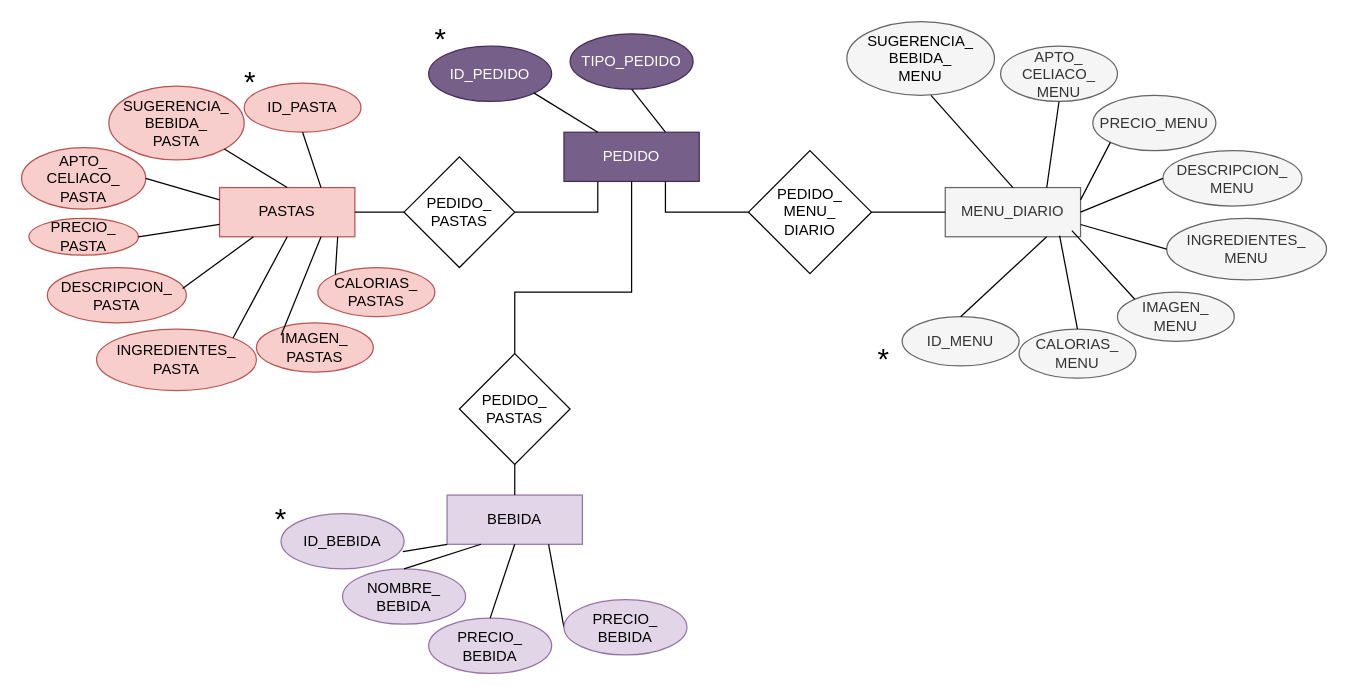
Above: parcial.drawio in hachazo/db-Tp1 (draw.io), before the change. Source tidied: cells renumbered, new cells numbered last; positions are measured from the earlier drawing's top-left corner, leaving out a move shared by most shapes. Both pictures are drawn from the tidied source at 123%, with x=0, y=0 at pixel (21, 21).
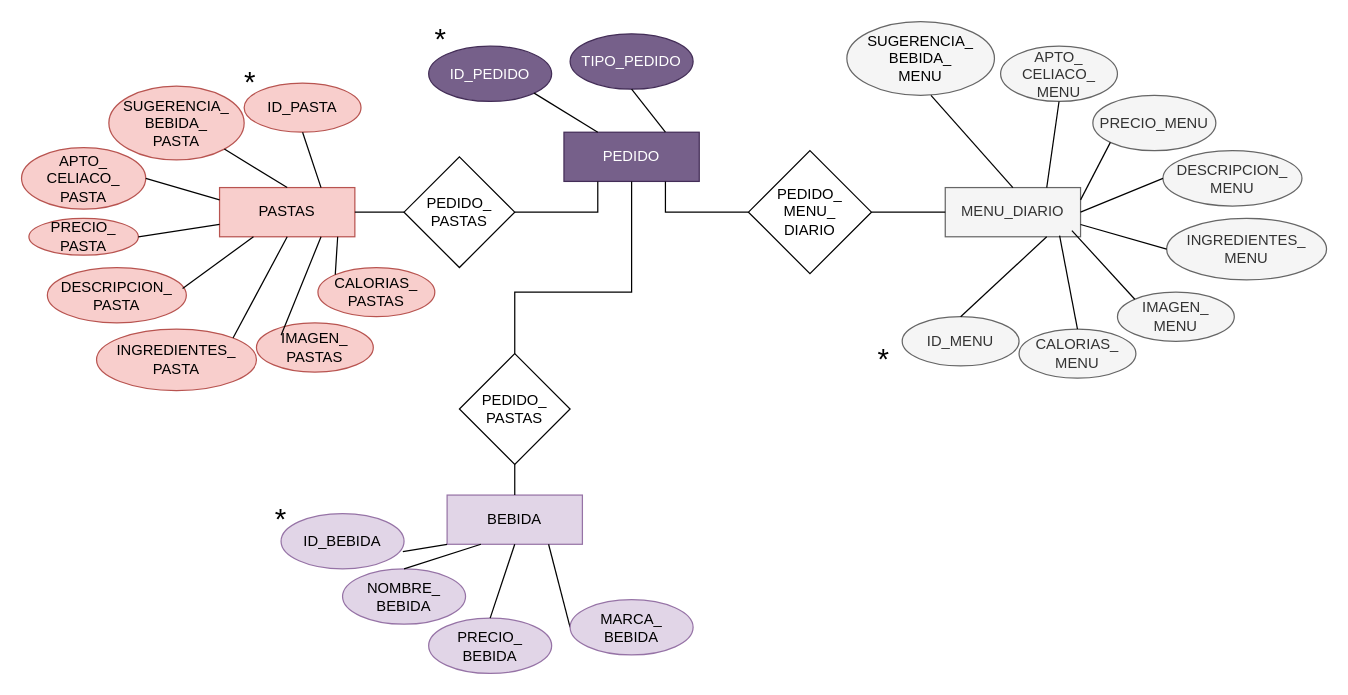
After the change.

The edit, as a diff of the source:
```diff
@@
-    <mxCell id="44" value="&lt;font color=&quot;#000000&quot;&gt;PRECIO_&lt;/font&gt;&lt;div&gt;&lt;font color=&quot;#000000&quot;&gt;BEBIDA&lt;/font&gt;&lt;/div&gt;" style="ellipse;whiteSpace=wrap;html=1;fillColor=#e1d5e7;strokeColor=#9673a6;" parent="1" vertex="1">
-      <mxGeometry x="441" y="470" width="100" height="45" as="geometry" />
+    <mxCell id="44" value="&lt;font color=&quot;#000000&quot;&gt;MARCA_&lt;/font&gt;&lt;div&gt;&lt;font color=&quot;#000000&quot;&gt;BEBIDA&lt;/font&gt;&lt;/div&gt;" style="ellipse;whiteSpace=wrap;html=1;fillColor=#e1d5e7;strokeColor=#9673a6;" parent="1" vertex="1">
+      <mxGeometry x="446" y="470" width="100" height="45" as="geometry" />
     </mxCell>
```
